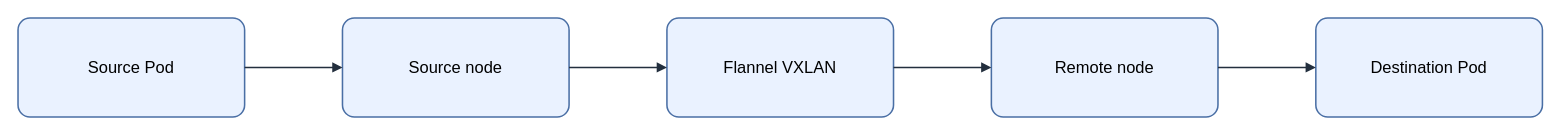
KKamJi98/kkamji98.github.io keeps this draw.io diagram as assets/img/kubernetes/flannel-vxlan-pod-flow.drawio. Above is the earlier version. Source tidied: cells renumbered, new cells numbered last; positions are measured from the earlier drawing's top-left corner, leaving out a move shared by most shapes. Both pictures are drawn from the tidied source at 103%, with x=0, y=0 at pixel (18, 18).
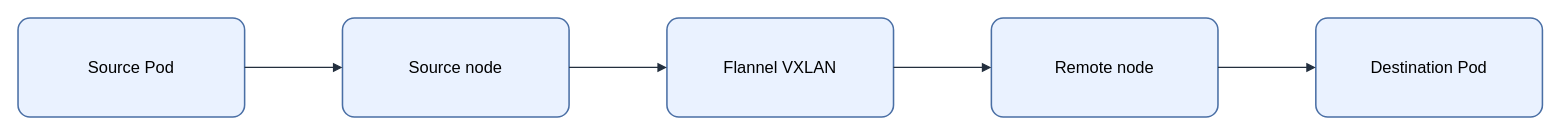
Above is the later version.

Change to the diagram source:
```diff
@@
 <mxGraphModel background="#FFFFFF">
   <root>
     <mxCell id="0" />
     <mxCell id="1" parent="0" />
-    <mxCell id="2" value="&lt;font style=&quot;color: rgb(0, 0, 0);&quot;&gt;Source Pod&lt;/font&gt;" style="rounded=1;arcSize=12;whiteSpace=wrap;html=1;fillColor=#EAF2FF;strokeColor=#4A6FA5;strokeWidth=1.5;fontColor=#000000;fontSize=16;align=center;verticalAlign=middle;spacing=8;shadow=0;" parent="1" vertex="1">
+    <mxCell id="2" value="Source Pod" style="rounded=1;arcSize=12;whiteSpace=wrap;html=0;fillColor=#EAF2FF;strokeColor=#4A6FA5;strokeWidth=1.5;fontColor=#000000;fontSize=16;align=center;verticalAlign=middle;spacing=8;shadow=0;" parent="1" vertex="1">
       <mxGeometry width="220" height="96" as="geometry" />
     </mxCell>
-    <mxCell id="3" value="&lt;font style=&quot;color: rgb(0, 0, 0);&quot;&gt;Source node&lt;/font&gt;" style="rounded=1;arcSize=12;whiteSpace=wrap;html=1;fillColor=#EAF2FF;strokeColor=#4A6FA5;strokeWidth=1.5;fontColor=#000000;fontSize=16;align=center;verticalAlign=middle;spacing=8;shadow=0;" parent="1" vertex="1">
+    <mxCell id="3" value="Source node" style="rounded=1;arcSize=12;whiteSpace=wrap;html=0;fillColor=#EAF2FF;strokeColor=#4A6FA5;strokeWidth=1.5;fontColor=#000000;fontSize=16;align=center;verticalAlign=middle;spacing=8;shadow=0;" parent="1" vertex="1">
       <mxGeometry x="315" width="220" height="96" as="geometry" />
     </mxCell>
-    <mxCell id="4" value="&lt;font style=&quot;color: rgb(0, 0, 0);&quot;&gt;Flannel VXLAN&lt;/font&gt;" style="rounded=1;arcSize=12;whiteSpace=wrap;html=1;fillColor=#EAF2FF;strokeColor=#4A6FA5;strokeWidth=1.5;fontColor=#000000;fontSize=16;align=center;verticalAlign=middle;spacing=8;shadow=0;" parent="1" vertex="1">
+    <mxCell id="4" value="Flannel VXLAN" style="rounded=1;arcSize=12;whiteSpace=wrap;html=0;fillColor=#EAF2FF;strokeColor=#4A6FA5;strokeWidth=1.5;fontColor=#000000;fontSize=16;align=center;verticalAlign=middle;spacing=8;shadow=0;" parent="1" vertex="1">
       <mxGeometry x="630" width="220" height="96" as="geometry" />
     </mxCell>
-    <mxCell id="5" value="&lt;font style=&quot;color: rgb(0, 0, 0);&quot;&gt;Remote node&lt;/font&gt;" style="rounded=1;arcSize=12;whiteSpace=wrap;html=1;fillColor=#EAF2FF;strokeColor=#4A6FA5;strokeWidth=1.5;fontColor=#000000;fontSize=16;align=center;verticalAlign=middle;spacing=8;shadow=0;" parent="1" vertex="1">
+    <mxCell id="5" value="Remote node" style="rounded=1;arcSize=12;whiteSpace=wrap;html=0;fillColor=#EAF2FF;strokeColor=#4A6FA5;strokeWidth=1.5;fontColor=#000000;fontSize=16;align=center;verticalAlign=middle;spacing=8;shadow=0;" parent="1" vertex="1">
       <mxGeometry x="945" width="220" height="96" as="geometry" />
     </mxCell>
-    <mxCell id="6" value="&lt;font style=&quot;color: rgb(0, 0, 0);&quot;&gt;Destination Pod&lt;/font&gt;" style="rounded=1;arcSize=12;whiteSpace=wrap;html=1;fillColor=#EAF2FF;strokeColor=#4A6FA5;strokeWidth=1.5;fontColor=#000000;fontSize=16;align=center;verticalAlign=middle;spacing=8;shadow=0;" parent="1" vertex="1">
+    <mxCell id="6" value="Destination Pod" style="rounded=1;arcSize=12;whiteSpace=wrap;html=0;fillColor=#EAF2FF;strokeColor=#4A6FA5;strokeWidth=1.5;fontColor=#000000;fontSize=16;align=center;verticalAlign=middle;spacing=8;shadow=0;" parent="1" vertex="1">
       <mxGeometry x="1260" width="220" height="96" as="geometry" />
     </mxCell>
-    <mxCell id="7" style="edgeStyle=orthogonalEdgeStyle;rounded=0;jettySize=auto;html=1;endArrow=block;endFill=1;strokeColor=#232F3E;strokeWidth=1.5;fontColor=#000000;labelBackgroundColor=none;exitX=1;exitY=0.5;exitDx=0;exitDy=0;entryX=0;entryY=0.5;entryDx=0;entryDy=0;" parent="1" edge="1" source="2" target="3">
+    <mxCell id="7" style="edgeStyle=orthogonalEdgeStyle;rounded=0;jettySize=auto;html=0;endArrow=block;endFill=1;strokeColor=#232F3E;strokeWidth=1.25;fontColor=#000000;labelBackgroundColor=none;exitX=1;exitY=0.5;exitDx=0;exitDy=0;entryX=0;entryY=0.5;entryDx=0;entryDy=0;" parent="1" edge="1" source="2" target="3">
       <mxGeometry relative="1" as="geometry" />
     </mxCell>
-    <mxCell id="8" style="edgeStyle=orthogonalEdgeStyle;rounded=0;jettySize=auto;html=1;endArrow=block;endFill=1;strokeColor=#232F3E;strokeWidth=1.5;fontColor=#000000;labelBackgroundColor=none;exitX=1;exitY=0.5;exitDx=0;exitDy=0;entryX=0;entryY=0.5;entryDx=0;entryDy=0;" parent="1" edge="1" source="3" target="4">
+    <mxCell id="8" style="edgeStyle=orthogonalEdgeStyle;rounded=0;jettySize=auto;html=0;endArrow=block;endFill=1;strokeColor=#232F3E;strokeWidth=1.25;fontColor=#000000;labelBackgroundColor=none;exitX=1;exitY=0.5;exitDx=0;exitDy=0;entryX=0;entryY=0.5;entryDx=0;entryDy=0;" parent="1" edge="1" source="3" target="4">
       <mxGeometry relative="1" as="geometry" />
     </mxCell>
-    <mxCell id="9" style="edgeStyle=orthogonalEdgeStyle;rounded=0;jettySize=auto;html=1;endArrow=block;endFill=1;strokeColor=#232F3E;strokeWidth=1.5;fontColor=#000000;labelBackgroundColor=none;exitX=1;exitY=0.5;exitDx=0;exitDy=0;entryX=0;entryY=0.5;entryDx=0;entryDy=0;" parent="1" edge="1" source="4" target="5">
+    <mxCell id="9" style="edgeStyle=orthogonalEdgeStyle;rounded=0;jettySize=auto;html=0;endArrow=block;endFill=1;strokeColor=#232F3E;strokeWidth=1.25;fontColor=#000000;labelBackgroundColor=none;exitX=1;exitY=0.5;exitDx=0;exitDy=0;entryX=0;entryY=0.5;entryDx=0;entryDy=0;" parent="1" edge="1" source="4" target="5">
       <mxGeometry relative="1" as="geometry" />
     </mxCell>
-    <mxCell id="10" style="edgeStyle=orthogonalEdgeStyle;rounded=0;jettySize=auto;html=1;endArrow=block;endFill=1;strokeColor=#232F3E;strokeWidth=1.5;fontColor=#000000;labelBackgroundColor=none;exitX=1;exitY=0.5;exitDx=0;exitDy=0;entryX=0;entryY=0.5;entryDx=0;entryDy=0;" parent="1" edge="1" source="5" target="6">
+    <mxCell id="10" style="edgeStyle=orthogonalEdgeStyle;rounded=0;jettySize=auto;html=0;endArrow=block;endFill=1;strokeColor=#232F3E;strokeWidth=1.25;fontColor=#000000;labelBackgroundColor=none;exitX=1;exitY=0.5;exitDx=0;exitDy=0;entryX=0;entryY=0.5;entryDx=0;entryDy=0;" parent="1" edge="1" source="5" target="6">
       <mxGeometry relative="1" as="geometry" />
     </mxCell>
   </root>
 </mxGraphModel>
```
